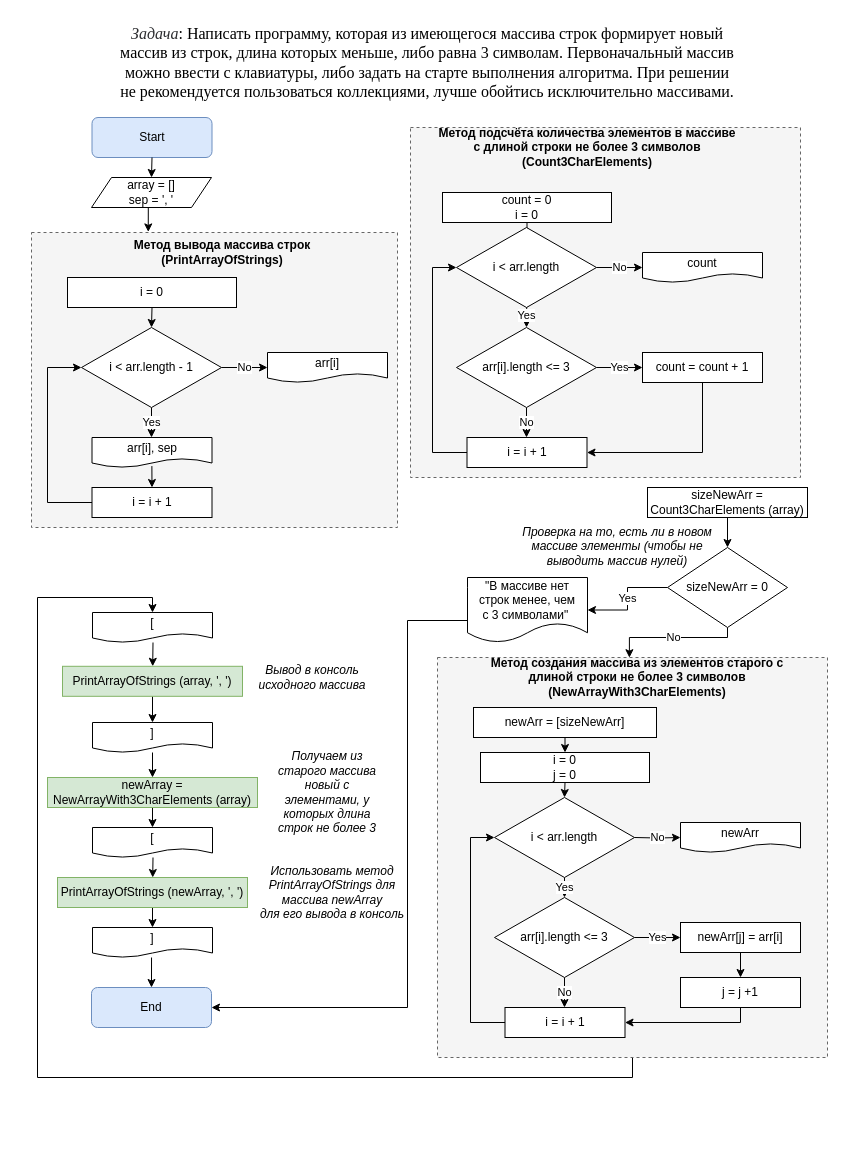
Before: SchemeTaskExam.drawio in 666Racer/ExamWork1, a draw.io diagram. Source tidied: cells renumbered, new cells numbered last; positions are measured from the earlier drawing's top-left corner, leaving out a move shared by most shapes. Both pictures are drawn from the tidied source at 100%, with x=0, y=0 at pixel (31, 17).
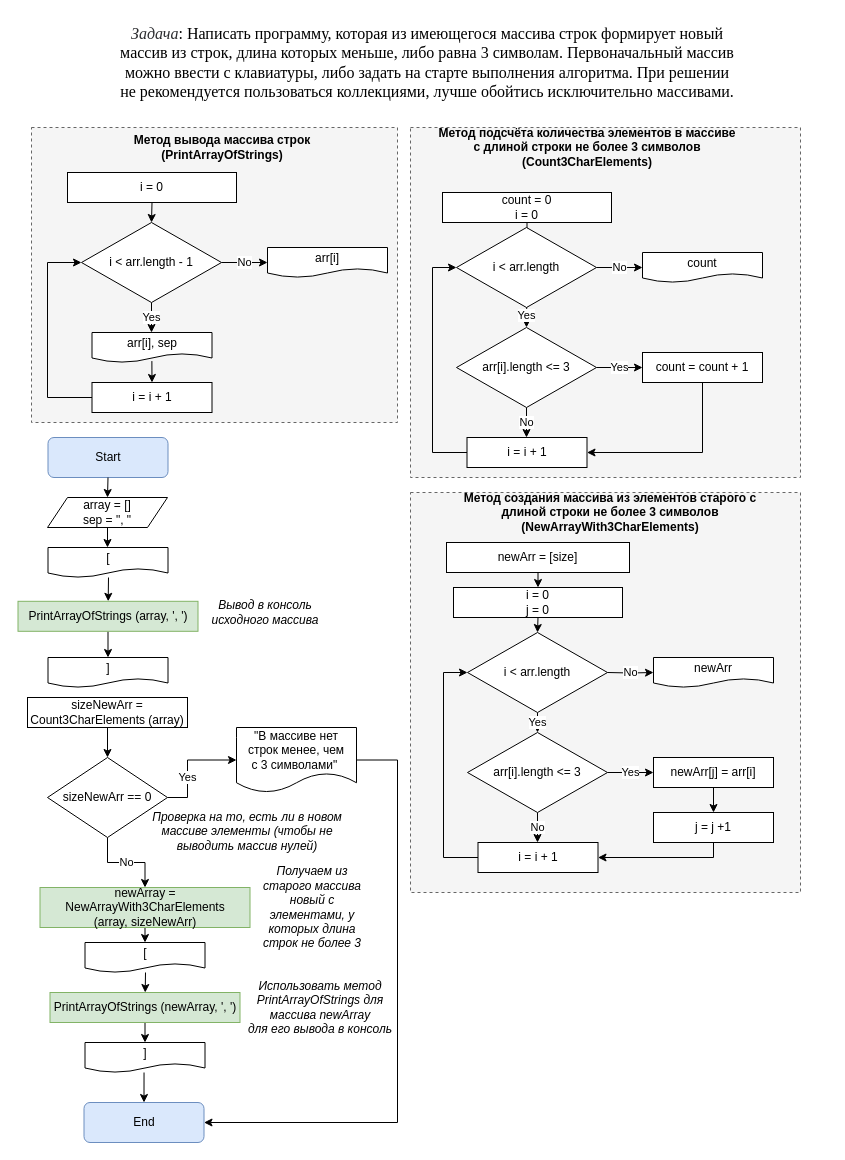
After the change.

Commit message (it also covers changes not shown here):
Поправлены ошибки в README и на блок-схеме

What changed in the source:
```diff
@@
-    <mxCell id="2" style="edgeStyle=orthogonalEdgeStyle;rounded=0;jettySize=auto;html=1;exitX=0.5;exitY=1;exitDx=0;exitDy=0;entryX=0.5;entryY=0;entryDx=0;entryDy=0;" parent="1" edge="1" source="3" target="38">
-      <mxGeometry relative="1" as="geometry">
-        <Array as="points">
-          <mxPoint x="601" y="1060" />
-          <mxPoint x="6" y="1060" />
-          <mxPoint x="6" y="580" />
-          <mxPoint x="121" y="580" />
-        </Array>
-      </mxGeometry>
-    </mxCell>
     <mxCell id="3" style="rounded=0;whiteSpace=wrap;html=1;dashed=1;fillColor=#f5f5f5;fontColor=#333333;strokeColor=#666666;" parent="1" vertex="1">
-      <mxGeometry x="406" y="640" width="390" height="400" as="geometry" />
+      <mxGeometry x="379" y="475" width="390" height="400" as="geometry" />
     </mxCell>
     <mxCell id="4" style="rounded=0;whiteSpace=wrap;html=1;dashed=1;fillColor=#f5f5f5;fontColor=#333333;strokeColor=#666666;" parent="1" vertex="1">
-      <mxGeometry y="215" width="366" height="295" as="geometry" />
+      <mxGeometry y="110" width="366" height="295" as="geometry" />
     </mxCell>
@@
     <mxCell id="6" value="Start" style="rounded=1;whiteSpace=wrap;html=1;fillColor=#dae8fc;strokeColor=#6c8ebf;" parent="1" vertex="1">
-      <mxGeometry x="60.5" y="100" width="120" height="40" as="geometry" />
+      <mxGeometry x="16.5" y="420" width="120" height="40" as="geometry" />
     </mxCell>
@@
     <mxCell id="8" value="i = 0" style="rounded=0;whiteSpace=wrap;html=1;" parent="1" vertex="1">
-      <mxGeometry x="36" y="260" width="169" height="30" as="geometry" />
+      <mxGeometry x="36" y="155" width="169" height="30" as="geometry" />
     </mxCell>
     <mxCell id="9" value="Yes" style="edgeStyle=orthogonalEdgeStyle;rounded=0;jettySize=auto;html=1;exitX=0.5;exitY=1;exitDx=0;exitDy=0;entryX=0.5;entryY=0;entryDx=0;entryDy=0;" parent="1" edge="1" source="11">
       <mxGeometry relative="1" as="geometry">
-        <mxPoint x="120" y="420" as="targetPoint" />
+        <mxPoint x="120" y="315" as="targetPoint" />
       </mxGeometry>
     </mxCell>
@@
     <mxCell id="11" value="i &amp;lt; arr.length - 1" style="rhombus;whiteSpace=wrap;html=1;" parent="1" vertex="1">
-      <mxGeometry x="50" y="310" width="140" height="80" as="geometry" />
+      <mxGeometry x="50" y="205" width="140" height="80" as="geometry" />
     </mxCell>
     <mxCell id="12" style="edgeStyle=orthogonalEdgeStyle;rounded=0;jettySize=auto;html=1;exitX=0;exitY=0.5;exitDx=0;exitDy=0;entryX=0;entryY=0.5;entryDx=0;entryDy=0;" parent="1" edge="1" source="13" target="11">
       <mxGeometry relative="1" as="geometry">
         <Array as="points">
-          <mxPoint x="16" y="485" />
-          <mxPoint x="16" y="350" />
+          <mxPoint x="16" y="380" />
+          <mxPoint x="16" y="245" />
         </Array>
       </mxGeometry>
     </mxCell>
     <mxCell id="13" value="i = i + 1" style="rounded=0;whiteSpace=wrap;html=1;" parent="1" vertex="1">
-      <mxGeometry x="60.5" y="470" width="120" height="30" as="geometry" />
+      <mxGeometry x="60.5" y="365" width="120" height="30" as="geometry" />
     </mxCell>
@@
-    <mxCell id="15" style="edgeStyle=orthogonalEdgeStyle;rounded=0;jettySize=auto;html=1;exitX=0.5;exitY=1;exitDx=0;exitDy=0;entryX=0.319;entryY=-0.002;entryDx=0;entryDy=0;entryPerimeter=0;" parent="1" edge="1" source="16" target="4">
+    <mxCell id="15" style="edgeStyle=orthogonalEdgeStyle;rounded=0;jettySize=auto;html=1;exitX=0.5;exitY=1;exitDx=0;exitDy=0;" parent="1" edge="1" source="16" target="38">
       <mxGeometry relative="1" as="geometry" />
     </mxCell>
-    <mxCell id="16" value="array = []&lt;br&gt;sep = ', '" style="shape=parallelogram;perimeter=parallelogramPerimeter;whiteSpace=wrap;html=1;fixedSize=1;" parent="1" vertex="1">
-      <mxGeometry x="60" y="160" width="120" height="30" as="geometry" />
+    <mxCell id="16" value="array = []&lt;br&gt;sep = &quot;, &quot;" style="shape=parallelogram;perimeter=parallelogramPerimeter;whiteSpace=wrap;html=1;fixedSize=1;" parent="1" vertex="1">
+      <mxGeometry x="16" y="480" width="120" height="30" as="geometry" />
     </mxCell>
     <mxCell id="17" value="arr[i], sep" style="shape=document;whiteSpace=wrap;html=1;boundedLbl=1;" parent="1" vertex="1">
-      <mxGeometry x="60.5" y="420" width="120" height="30" as="geometry" />
+      <mxGeometry x="60.5" y="315" width="120" height="30" as="geometry" />
     </mxCell>
@@
     <mxCell id="19" value="arr[i]" style="shape=document;whiteSpace=wrap;html=1;boundedLbl=1;" parent="1" vertex="1">
-      <mxGeometry x="236" y="335" width="120" height="30" as="geometry" />
+      <mxGeometry x="236" y="230" width="120" height="30" as="geometry" />
     </mxCell>
     <mxCell id="20" value="&lt;b&gt;Метод вывода массива строк (PrintArrayOfStrings)&lt;/b&gt;" style="text;html=1;strokeColor=none;fillColor=none;align=center;verticalAlign=middle;whiteSpace=wrap;rounded=0;" parent="1" vertex="1">
-      <mxGeometry x="41" y="220" width="300" height="30" as="geometry" />
+      <mxGeometry x="41" y="115" width="300" height="30" as="geometry" />
     </mxCell>
@@
-    <mxCell id="31" value="Yes" style="edgeStyle=orthogonalEdgeStyle;rounded=0;jettySize=auto;html=1;exitX=0;exitY=0.5;exitDx=0;exitDy=0;entryX=1;entryY=0.5;entryDx=0;entryDy=0;" parent="1" edge="1" source="55" target="33">
-      <mxGeometry relative="1" as="geometry" />
+    <mxCell id="31" value="Yes" style="edgeStyle=orthogonalEdgeStyle;rounded=0;jettySize=auto;html=1;exitX=1;exitY=0.5;exitDx=0;exitDy=0;entryX=0;entryY=0.5;entryDx=0;entryDy=0;" parent="1" edge="1" source="55" target="33">
+      <mxGeometry x="-0.25" relative="1" as="geometry">
+        <Array as="points">
+          <mxPoint x="156" y="780" />
+          <mxPoint x="156" y="743" />
+        </Array>
+      </mxGeometry>
     </mxCell>
-    <mxCell id="32" style="edgeStyle=orthogonalEdgeStyle;rounded=0;jettySize=auto;html=1;exitX=0;exitY=0.5;exitDx=0;exitDy=0;entryX=1;entryY=0.5;entryDx=0;entryDy=0;" parent="1" edge="1" source="33" target="35">
+    <mxCell id="32" style="edgeStyle=orthogonalEdgeStyle;rounded=0;jettySize=auto;html=1;exitX=1;exitY=0.5;exitDx=0;exitDy=0;entryX=1;entryY=0.5;entryDx=0;entryDy=0;" parent="1" edge="1" source="33" target="35">
       <mxGeometry relative="1" as="geometry">
         <Array as="points">
-          <mxPoint x="436" y="603" />
-          <mxPoint x="376" y="603" />
-          <mxPoint x="376" y="990" />
+          <mxPoint x="366" y="743" />
+          <mxPoint x="366" y="1105" />
         </Array>
       </mxGeometry>
     </mxCell>
     <mxCell id="33" value="&quot;В массиве нет&lt;br&gt;строк менее, чем&lt;br&gt;с 3 символами&quot;&amp;nbsp;" style="shape=document;whiteSpace=wrap;html=1;boundedLbl=1;" parent="1" vertex="1">
-      <mxGeometry x="436" y="560" width="120" height="65" as="geometry" />
+      <mxGeometry x="205" y="710" width="120" height="65" as="geometry" />
     </mxCell>
     <mxCell id="34" value="&lt;i&gt;Использовать метод PrintArrayOfStrings для массива newArray&lt;br&gt;для его вывода в консоль&lt;/i&gt;" style="text;html=1;strokeColor=none;fillColor=none;align=center;verticalAlign=middle;whiteSpace=wrap;rounded=0;" parent="1" vertex="1">
-      <mxGeometry x="221" y="842.5" width="160" height="65" as="geometry" />
+      <mxGeometry x="208.5" y="957.5" width="160" height="65" as="geometry" />
     </mxCell>
     <mxCell id="35" value="End" style="rounded=1;whiteSpace=wrap;html=1;fillColor=#dae8fc;strokeColor=#6c8ebf;" parent="1" vertex="1">
-      <mxGeometry x="60" y="970" width="120" height="40" as="geometry" />
+      <mxGeometry x="52.5" y="1085" width="120" height="40" as="geometry" />
     </mxCell>
@@
     <mxCell id="37" value="PrintArrayOfStrings (array, ', ')" style="rounded=0;whiteSpace=wrap;html=1;fillColor=#d5e8d4;strokeColor=#82b366;" parent="1" vertex="1">
-      <mxGeometry x="31" y="648.8" width="180" height="30" as="geometry" />
+      <mxGeometry x="-13.5" y="583.8" width="180" height="30" as="geometry" />
     </mxCell>
     <mxCell id="38" value="[" style="shape=document;whiteSpace=wrap;html=1;boundedLbl=1;" parent="1" vertex="1">
-      <mxGeometry x="61" y="595" width="120" height="30" as="geometry" />
+      <mxGeometry x="16.5" y="530" width="120" height="30" as="geometry" />
     </mxCell>
     <mxCell id="39" style="endArrow=classic;html=1;rounded=0;" parent="1" edge="1" target="37">
       <mxGeometry relative="1" as="geometry">
-        <mxPoint x="121.5" y="625" as="sourcePoint" />
+        <mxPoint x="77" y="560" as="sourcePoint" />
       </mxGeometry>
     </mxCell>
-    <mxCell id="40" style="edgeStyle=orthogonalEdgeStyle;rounded=0;jettySize=auto;html=1;entryX=0.5;entryY=0;entryDx=0;entryDy=0;" parent="1" edge="1" source="41" target="43">
+    <mxCell id="40" value="No" style="edgeStyle=orthogonalEdgeStyle;rounded=0;jettySize=auto;html=1;entryX=0.5;entryY=0;entryDx=0;entryDy=0;exitX=0.5;exitY=1;exitDx=0;exitDy=0;" parent="1" edge="1" source="55" target="43">
       <mxGeometry relative="1" as="geometry" />
     </mxCell>
     <mxCell id="41" value="]" style="shape=document;whiteSpace=wrap;html=1;boundedLbl=1;" parent="1" vertex="1">
-      <mxGeometry x="61" y="705" width="120" height="30" as="geometry" />
+      <mxGeometry x="16.5" y="640" width="120" height="30" as="geometry" />
     </mxCell>
@@
-    <mxCell id="43" value="&lt;span style=&quot;border-color: var(--border-color);&quot;&gt;newArray = NewArrayWith3CharElements (array)&lt;/span&gt;" style="rounded=0;whiteSpace=wrap;html=1;fillColor=#d5e8d4;strokeColor=#82b366;" parent="1" vertex="1">
-      <mxGeometry x="16" y="760" width="210" height="30" as="geometry" />
+    <mxCell id="43" value="&lt;span style=&quot;border-color: var(--border-color);&quot;&gt;newArray = NewArrayWith3CharElements&lt;br&gt;(array, sizeNewArr)&lt;/span&gt;" style="rounded=0;whiteSpace=wrap;html=1;fillColor=#d5e8d4;strokeColor=#82b366;" parent="1" vertex="1">
+      <mxGeometry x="8.5" y="870" width="210" height="40" as="geometry" />
     </mxCell>
     <mxCell id="44" value="&lt;i&gt;Вывод в консоль исходного массива&lt;/i&gt;" style="text;html=1;strokeColor=none;fillColor=none;align=center;verticalAlign=middle;whiteSpace=wrap;rounded=0;" parent="1" vertex="1">
-      <mxGeometry x="221" y="641.2" width="120" height="37.5" as="geometry" />
+      <mxGeometry x="173.5" y="576.2" width="120" height="37.5" as="geometry" />
     </mxCell>
@@
     <mxCell id="46" value="PrintArrayOfStrings (newArray, ', ')" style="rounded=0;whiteSpace=wrap;html=1;fillColor=#d5e8d4;strokeColor=#82b366;" parent="1" vertex="1">
-      <mxGeometry x="26" y="860" width="190" height="30" as="geometry" />
+      <mxGeometry x="18.5" y="975" width="190" height="30" as="geometry" />
     </mxCell>
     <mxCell id="47" value="[" style="shape=document;whiteSpace=wrap;html=1;boundedLbl=1;" parent="1" vertex="1">
-      <mxGeometry x="61" y="810" width="120" height="30" as="geometry" />
+      <mxGeometry x="53.5" y="925" width="120" height="30" as="geometry" />
     </mxCell>
     <mxCell id="48" style="endArrow=classic;html=1;rounded=0;" parent="1" edge="1" target="46">
       <mxGeometry relative="1" as="geometry">
-        <mxPoint x="121.5" y="840" as="sourcePoint" />
+        <mxPoint x="114" y="955" as="sourcePoint" />
       </mxGeometry>
     </mxCell>
     <mxCell id="49" value="]" style="shape=document;whiteSpace=wrap;html=1;boundedLbl=1;" parent="1" vertex="1">
-      <mxGeometry x="61" y="910" width="120" height="30" as="geometry" />
+      <mxGeometry x="53.5" y="1025" width="120" height="30" as="geometry" />
     </mxCell>
     <mxCell id="50" value="&lt;i&gt;Получаем&amp;nbsp;&lt;/i&gt;&lt;i style=&quot;border-color: var(--border-color);&quot;&gt;из старого массива&lt;/i&gt;&lt;i&gt;&lt;br&gt;новый с элементами, у которых длина строк не более 3&lt;/i&gt;" style="text;html=1;strokeColor=none;fillColor=none;align=center;verticalAlign=middle;whiteSpace=wrap;rounded=0;" parent="1" vertex="1">
-      <mxGeometry x="236" y="735" width="120" height="80" as="geometry" />
+      <mxGeometry x="221" y="850" width="120" height="80" as="geometry" />
     </mxCell>
@@
     <mxCell id="52" value="&lt;i&gt;Проверка на то, есть ли в новом массиве элементы (чтобы не выводить массив нулей)&lt;/i&gt;" style="text;html=1;strokeColor=none;fillColor=none;align=center;verticalAlign=middle;whiteSpace=wrap;rounded=0;" parent="1" vertex="1">
-      <mxGeometry x="486" y="510" width="200" height="37.5" as="geometry" />
+      <mxGeometry x="116" y="795" width="200" height="37.5" as="geometry" />
     </mxCell>
@@
-    <mxCell id="54" value="No" style="edgeStyle=orthogonalEdgeStyle;rounded=0;jettySize=auto;html=1;exitX=0.5;exitY=1;exitDx=0;exitDy=0;entryX=0.473;entryY=0.005;entryDx=0;entryDy=0;entryPerimeter=0;" parent="1" edge="1" source="55" target="59">
-      <mxGeometry relative="1" as="geometry">
-        <Array as="points">
-          <mxPoint x="696" y="620" />
-          <mxPoint x="598" y="620" />
-        </Array>
-      </mxGeometry>
-    </mxCell>
-    <mxCell id="55" value="sizeNewArr = 0" style="rhombus;whiteSpace=wrap;html=1;" parent="1" vertex="1">
-      <mxGeometry x="636" y="530" width="120" height="80" as="geometry" />
+    <mxCell id="55" value="sizeNewArr == 0" style="rhombus;whiteSpace=wrap;html=1;" parent="1" vertex="1">
+      <mxGeometry x="16" y="740" width="120" height="80" as="geometry" />
     </mxCell>
@@
-    <mxCell id="58" value="newArr = [sizeNewArr]" style="rounded=0;whiteSpace=wrap;html=1;" parent="1" vertex="1">
-      <mxGeometry x="442" y="690" width="183" height="30" as="geometry" />
+    <mxCell id="58" value="newArr = [size]" style="rounded=0;whiteSpace=wrap;html=1;" parent="1" vertex="1">
+      <mxGeometry x="415" y="525" width="183" height="30" as="geometry" />
     </mxCell>
     <mxCell id="59" value="&lt;b&gt;Метод создания массива из элементов старого с длиной строки не более 3 символов&lt;br&gt;(NewArrayWith3CharElements)&lt;/b&gt;" style="text;html=1;strokeColor=none;fillColor=none;align=center;verticalAlign=middle;whiteSpace=wrap;rounded=0;" parent="1" vertex="1">
-      <mxGeometry x="456" y="640" width="300" height="40" as="geometry" />
+      <mxGeometry x="429" y="475" width="300" height="40" as="geometry" />
     </mxCell>
@@
     <mxCell id="61" value="i = 0&lt;br&gt;j = 0" style="rounded=0;whiteSpace=wrap;html=1;" parent="1" vertex="1">
-      <mxGeometry x="449" y="735" width="169" height="30" as="geometry" />
+      <mxGeometry x="422" y="570" width="169" height="30" as="geometry" />
     </mxCell>
     <mxCell id="62" value="No" style="edgeStyle=orthogonalEdgeStyle;rounded=0;jettySize=auto;html=1;exitX=0.5;exitY=1;exitDx=0;exitDy=0;entryX=0.5;entryY=0;entryDx=0;entryDy=0;" parent="1" edge="1" source="64">
       <mxGeometry relative="1" as="geometry">
-        <mxPoint x="533" y="990" as="targetPoint" />
+        <mxPoint x="506" y="825" as="targetPoint" />
         <Array as="points">
-          <mxPoint x="533" y="970" />
-          <mxPoint x="533" y="970" />
+          <mxPoint x="506" y="805" />
+          <mxPoint x="506" y="805" />
         </Array>
       </mxGeometry>
     </mxCell>
     <mxCell id="63" value="Yes" style="edgeStyle=orthogonalEdgeStyle;rounded=0;jettySize=auto;html=1;exitX=1;exitY=0.5;exitDx=0;exitDy=0;entryX=0;entryY=0.5;entryDx=0;entryDy=0;" parent="1" edge="1" source="64">
       <mxGeometry relative="1" as="geometry">
-        <mxPoint x="649" y="920" as="targetPoint" />
+        <mxPoint x="622" y="755" as="targetPoint" />
       </mxGeometry>
     </mxCell>
     <mxCell id="64" value="arr[i].length &amp;lt;= 3" style="rhombus;whiteSpace=wrap;html=1;" parent="1" vertex="1">
-      <mxGeometry x="463" y="880" width="140" height="80" as="geometry" />
+      <mxGeometry x="436" y="715" width="140" height="80" as="geometry" />
     </mxCell>
     <mxCell id="65" style="edgeStyle=orthogonalEdgeStyle;rounded=0;jettySize=auto;html=1;exitX=0;exitY=0.5;exitDx=0;exitDy=0;entryX=0;entryY=0.5;entryDx=0;entryDy=0;" parent="1" edge="1" source="66" target="76">
       <mxGeometry relative="1" as="geometry">
         <Array as="points">
-          <mxPoint x="439" y="1005" />
-          <mxPoint x="439" y="820" />
+          <mxPoint x="412" y="840" />
+          <mxPoint x="412" y="655" />
         </Array>
       </mxGeometry>
     </mxCell>
     <mxCell id="66" value="i = i + 1" style="rounded=0;whiteSpace=wrap;html=1;" parent="1" vertex="1">
-      <mxGeometry x="473.5" y="990" width="120" height="30" as="geometry" />
+      <mxGeometry x="446.5" y="825" width="120" height="30" as="geometry" />
     </mxCell>
     <mxCell id="67" value="newArr[j] = arr[i]" style="rounded=0;whiteSpace=wrap;html=1;" parent="1" vertex="1">
-      <mxGeometry x="649" y="905" width="120" height="30" as="geometry" />
+      <mxGeometry x="622" y="740" width="120" height="30" as="geometry" />
     </mxCell>
     <mxCell id="68" style="endArrow=classic;html=1;rounded=0;entryX=0.5;entryY=0;entryDx=0;entryDy=0;exitX=0.5;exitY=1;exitDx=0;exitDy=0;" parent="1" edge="1" source="67">
       <mxGeometry relative="1" as="geometry">
-        <mxPoint x="709" y="960" as="targetPoint" />
+        <mxPoint x="682" y="795" as="targetPoint" />
       </mxGeometry>
     </mxCell>
     <mxCell id="69" style="endArrow=classic;html=1;rounded=0;entryX=1;entryY=0.5;entryDx=0;entryDy=0;exitX=0.5;exitY=1;exitDx=0;exitDy=0;exitPerimeter=0;" parent="1" edge="1" target="66">
       <mxGeometry relative="1" as="geometry">
-        <mxPoint x="709" y="990" as="sourcePoint" />
+        <mxPoint x="682" y="825" as="sourcePoint" />
         <Array as="points">
-          <mxPoint x="709" y="1005" />
+          <mxPoint x="682" y="840" />
         </Array>
       </mxGeometry>
     </mxCell>
@@
     <mxCell id="74" value="&lt;span style=&quot;border-color: var(--border-color);&quot;&gt;sizeNewArr = Count3CharElements (array)&lt;/span&gt;" style="rounded=0;whiteSpace=wrap;html=1;" parent="1" vertex="1">
-      <mxGeometry x="616" y="470" width="160" height="30" as="geometry" />
+      <mxGeometry x="-4" y="680" width="160" height="30" as="geometry" />
     </mxCell>
@@
     <mxCell id="76" value="i &amp;lt; arr.length" style="rhombus;whiteSpace=wrap;html=1;" parent="1" vertex="1">
-      <mxGeometry x="463" y="780" width="140" height="80" as="geometry" />
+      <mxGeometry x="436" y="615" width="140" height="80" as="geometry" />
     </mxCell>
     <mxCell id="77" value="No" style="edgeStyle=orthogonalEdgeStyle;rounded=0;jettySize=auto;html=1;exitX=1;exitY=0.5;exitDx=0;exitDy=0;entryX=0;entryY=0.5;entryDx=0;entryDy=0;" parent="1" edge="1" target="78">
       <mxGeometry relative="1" as="geometry">
-        <mxPoint x="603" y="820" as="sourcePoint" />
+        <mxPoint x="576" y="655" as="sourcePoint" />
       </mxGeometry>
     </mxCell>
     <mxCell id="78" value="newArr" style="shape=document;whiteSpace=wrap;html=1;boundedLbl=1;" parent="1" vertex="1">
-      <mxGeometry x="649" y="805" width="120" height="30" as="geometry" />
+      <mxGeometry x="622" y="640" width="120" height="30" as="geometry" />
     </mxCell>
     <mxCell id="79" value="j = j +1" style="rounded=0;whiteSpace=wrap;html=1;" parent="1" vertex="1">
-      <mxGeometry x="649" y="960" width="120" height="30" as="geometry" />
+      <mxGeometry x="622" y="795" width="120" height="30" as="geometry" />
     </mxCell>
```
